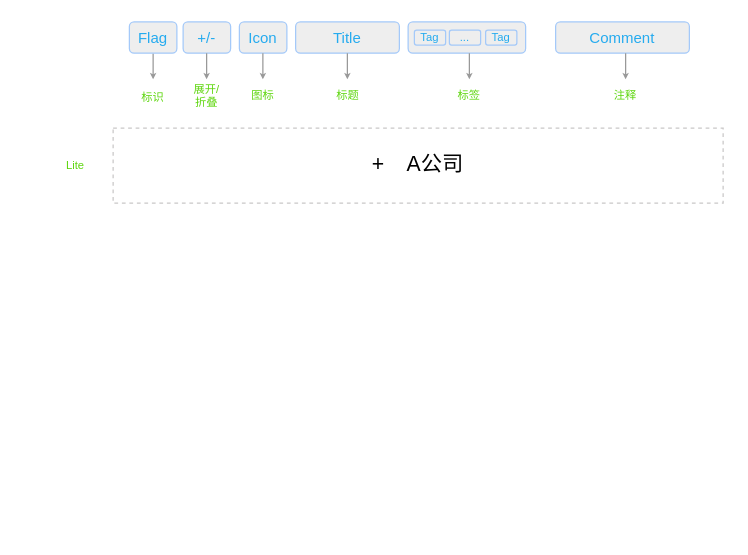
The draw.io diagram docs/node.drawio in zhangfisher/lite-tree, before the edit. Source tidied: cells renumbered, new cells numbered last; positions are measured from the earlier drawing's top-left corner, leaving out a move shared by most shapes. Both pictures are drawn from the tidied source at 125%, with x=0, y=0 at pixel (38, 21).
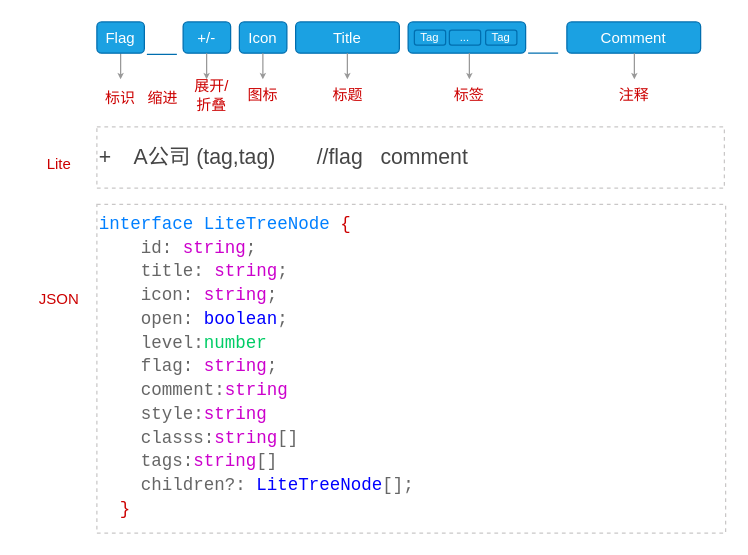
The same diagram, later.

What changed in the source:
```diff
@@
-    <mxCell id="2" style="rounded=1;whiteSpace=wrap;html=1;fillColor=#eeeeee;strokeColor=#a4c9f9;fontColor=#25abef;" parent="1" vertex="1">
+    <mxCell id="2" style="rounded=1;whiteSpace=wrap;html=1;fillColor=#1ba1e2;strokeColor=#006EAF;fontColor=#ffffff;" parent="1" vertex="1">
       <mxGeometry x="296" width="94" height="25" as="geometry" />
     </mxCell>
@@
-    <mxCell id="4" value="Flag" style="rounded=1;whiteSpace=wrap;html=1;fillColor=#eeeeee;strokeColor=#a4c9f9;fontColor=#25abef;" parent="1" vertex="1">
-      <mxGeometry x="73" width="38" height="25" as="geometry" />
+    <mxCell id="4" value="Flag" style="rounded=1;whiteSpace=wrap;html=1;fillColor=#1ba1e2;strokeColor=#006EAF;fontColor=#ffffff;" parent="1" vertex="1">
+      <mxGeometry x="47" width="38" height="25" as="geometry" />
     </mxCell>
-    <mxCell id="5" value="+/-" style="rounded=1;whiteSpace=wrap;html=1;fillColor=#eeeeee;strokeColor=#a4c9f9;fontColor=#25abef;" parent="1" vertex="1">
+    <mxCell id="5" value="+/-" style="rounded=1;whiteSpace=wrap;html=1;fillColor=#1ba1e2;strokeColor=#006EAF;fontColor=#ffffff;" parent="1" vertex="1">
       <mxGeometry x="116" width="38" height="25" as="geometry" />
     </mxCell>
-    <mxCell id="6" value="Icon" style="rounded=1;whiteSpace=wrap;html=1;fillColor=#eeeeee;strokeColor=#a4c9f9;fontColor=#25abef;" parent="1" vertex="1">
+    <mxCell id="6" value="Icon" style="rounded=1;whiteSpace=wrap;html=1;fillColor=#1ba1e2;strokeColor=#006EAF;fontColor=#ffffff;" parent="1" vertex="1">
       <mxGeometry x="161" width="38" height="25" as="geometry" />
     </mxCell>
-    <mxCell id="7" value="Title" style="rounded=1;whiteSpace=wrap;html=1;fillColor=#eeeeee;strokeColor=#a4c9f9;fontColor=#25abef;" parent="1" vertex="1">
+    <mxCell id="7" value="Title" style="rounded=1;whiteSpace=wrap;html=1;fillColor=#1ba1e2;strokeColor=#006EAF;fontColor=#ffffff;" parent="1" vertex="1">
       <mxGeometry x="206" width="83" height="25" as="geometry" />
     </mxCell>
-    <mxCell id="8" value="Tag" style="rounded=1;whiteSpace=wrap;html=1;fillColor=#eeeeee;strokeColor=#a4c9f9;fontColor=#25abef;fontSize=9;" parent="1" vertex="1">
+    <mxCell id="8" value="Tag" style="rounded=1;whiteSpace=wrap;html=1;fillColor=#1ba1e2;strokeColor=#006EAF;fontColor=#ffffff;fontSize=9;" parent="1" vertex="1">
       <mxGeometry x="301" y="6.5" width="25" height="12" as="geometry" />
     </mxCell>
-    <mxCell id="9" value="..." style="rounded=1;whiteSpace=wrap;html=1;fillColor=#eeeeee;strokeColor=#a4c9f9;fontColor=#25abef;fontSize=9;" parent="1" vertex="1">
+    <mxCell id="9" value="..." style="rounded=1;whiteSpace=wrap;html=1;fillColor=#1ba1e2;strokeColor=#006EAF;fontColor=#ffffff;fontSize=9;" parent="1" vertex="1">
       <mxGeometry x="329" y="6.5" width="25" height="12" as="geometry" />
     </mxCell>
-    <mxCell id="10" value="Tag" style="rounded=1;whiteSpace=wrap;html=1;fillColor=#eeeeee;strokeColor=#a4c9f9;fontColor=#25abef;fontSize=9;" parent="1" vertex="1">
+    <mxCell id="10" value="Tag" style="rounded=1;whiteSpace=wrap;html=1;fillColor=#1ba1e2;strokeColor=#006EAF;fontSize=9;fontColor=#ffffff;" parent="1" vertex="1">
       <mxGeometry x="358" y="6.5" width="25" height="12" as="geometry" />
     </mxCell>
-    <mxCell id="11" value="Comment" style="rounded=1;whiteSpace=wrap;html=1;fillColor=#eeeeee;strokeColor=#a4c9f9;fontColor=#25abef;" parent="1" vertex="1">
-      <mxGeometry x="414" width="107" height="25" as="geometry" />
+    <mxCell id="11" value="Comment" style="rounded=1;whiteSpace=wrap;html=1;fillColor=#1ba1e2;strokeColor=#006EAF;fontColor=#ffffff;" parent="1" vertex="1">
+      <mxGeometry x="423" width="107" height="25" as="geometry" />
     </mxCell>
-    <mxCell id="12" value="标识" style="text;html=1;strokeColor=none;fillColor=none;align=center;verticalAlign=middle;whiteSpace=wrap;rounded=0;fontSize=9;fontColor=#5ED60E;" parent="1" vertex="1">
-      <mxGeometry x="79" y="46" width="26" height="30" as="geometry" />
+    <mxCell id="12" value="标识" style="text;html=1;strokeColor=none;fillColor=none;align=center;verticalAlign=middle;whiteSpace=wrap;rounded=0;fontSize=12;fontColor=#CC0000;" parent="1" vertex="1">
+      <mxGeometry x="53" y="46" width="26" height="30" as="geometry" />
     </mxCell>
-    <mxCell id="13" value="展开/折叠" style="text;html=1;strokeColor=none;fillColor=none;align=center;verticalAlign=middle;whiteSpace=wrap;rounded=0;fontSize=9;fontColor=#5ED60E;horizontal=1;" parent="1" vertex="1">
-      <mxGeometry x="122" y="44" width="26" height="30" as="geometry" />
+    <mxCell id="13" value="展开/折叠" style="text;html=1;strokeColor=none;fillColor=none;align=center;verticalAlign=middle;whiteSpace=wrap;rounded=0;fontSize=12;fontColor=#CC0000;horizontal=1;" parent="1" vertex="1">
+      <mxGeometry x="122" y="44" width="34" height="30" as="geometry" />
     </mxCell>
-    <mxCell id="14" value="图标" style="text;html=1;strokeColor=none;fillColor=none;align=center;verticalAlign=middle;whiteSpace=wrap;rounded=0;fontSize=9;fontColor=#5ED60E;horizontal=1;" parent="1" vertex="1">
+    <mxCell id="14" value="图标" style="text;html=1;strokeColor=none;fillColor=none;align=center;verticalAlign=middle;whiteSpace=wrap;rounded=0;fontSize=12;fontColor=#CC0000;horizontal=1;" parent="1" vertex="1">
       <mxGeometry x="167" y="44" width="26" height="30" as="geometry" />
     </mxCell>
-    <mxCell id="15" value="标题" style="text;html=1;strokeColor=none;fillColor=none;align=center;verticalAlign=middle;whiteSpace=wrap;rounded=0;fontSize=9;fontColor=#5ED60E;horizontal=1;" parent="1" vertex="1">
+    <mxCell id="15" value="标题" style="text;html=1;strokeColor=none;fillColor=none;align=center;verticalAlign=middle;whiteSpace=wrap;rounded=0;fontSize=12;fontColor=#CC0000;horizontal=1;" parent="1" vertex="1">
       <mxGeometry x="235" y="44" width="26" height="30" as="geometry" />
     </mxCell>
-    <mxCell id="16" value="标签" style="text;html=1;strokeColor=none;fillColor=none;align=center;verticalAlign=middle;whiteSpace=wrap;rounded=0;fontSize=9;fontColor=#5ED60E;horizontal=1;" parent="1" vertex="1">
+    <mxCell id="16" value="标签" style="text;html=1;strokeColor=none;fillColor=none;align=center;verticalAlign=middle;whiteSpace=wrap;rounded=0;fontSize=12;fontColor=#CC0000;horizontal=1;" parent="1" vertex="1">
       <mxGeometry x="332" y="44" width="26" height="30" as="geometry" />
     </mxCell>
-    <mxCell id="17" value="注释" style="text;html=1;strokeColor=none;fillColor=none;align=center;verticalAlign=middle;whiteSpace=wrap;rounded=0;fontSize=9;fontColor=#5ED60E;horizontal=1;" parent="1" vertex="1">
-      <mxGeometry x="457" y="44" width="26" height="30" as="geometry" />
+    <mxCell id="17" value="注释" style="text;html=1;strokeColor=none;fillColor=none;align=center;verticalAlign=middle;whiteSpace=wrap;rounded=0;fontSize=12;fontColor=#CC0000;horizontal=1;" parent="1" vertex="1">
+      <mxGeometry x="463.5" y="44" width="26" height="30" as="geometry" />
     </mxCell>
@@
     <mxCell id="22" style="edgeStyle=none;html=1;exitX=0.5;exitY=1;exitDx=0;exitDy=0;entryX=0.5;entryY=0;entryDx=0;entryDy=0;fontSize=9;fontColor=#5ED60E;endSize=2;startSize=2;fillColor=#60a917;strokeColor=#999999;jumpSize=3;" parent="1" edge="1">
       <mxGeometry relative="1" as="geometry">
-        <mxPoint x="470" y="25" as="sourcePoint" />
-        <mxPoint x="470" y="46" as="targetPoint" />
+        <mxPoint x="477" y="25" as="sourcePoint" />
+        <mxPoint x="477" y="46" as="targetPoint" />
       </mxGeometry>
     </mxCell>
-    <mxCell id="23" value="Lite" style="text;html=1;strokeColor=none;fillColor=none;align=center;verticalAlign=middle;whiteSpace=wrap;rounded=0;fontSize=9;fontColor=#5ED60E;" parent="1" vertex="1">
-      <mxGeometry y="100" width="60" height="30" as="geometry" />
+    <mxCell id="23" value="Lite" style="text;html=1;strokeColor=none;fillColor=none;align=center;verticalAlign=middle;whiteSpace=wrap;rounded=0;fontSize=12;fontColor=#CC0000;" parent="1" vertex="1">
+      <mxGeometry x="-13" y="99" width="60" height="30" as="geometry" />
     </mxCell>
-    <mxCell id="24" value="+&amp;nbsp; &amp;nbsp; A公司" style="rounded=0;whiteSpace=wrap;html=1;fontSize=17;fillColor=none;strokeColor=#C9C7C7;dashed=1;" parent="1" vertex="1">
-      <mxGeometry x="60" y="85" width="488" height="60" as="geometry" />
+    <mxCell id="24" value="&lt;font color=&quot;#454545&quot;&gt;+&amp;nbsp; &amp;nbsp; A公司 (tag,tag)&amp;nbsp; &amp;nbsp; &amp;nbsp; &amp;nbsp;//flag&amp;nbsp; &amp;nbsp;comment&lt;/font&gt;" style="rounded=0;whiteSpace=wrap;html=1;fontSize=17;fillColor=none;strokeColor=#C9C7C7;dashed=1;align=left;" parent="1" vertex="1">
+      <mxGeometry x="47" y="84" width="502" height="49" as="geometry" />
     </mxCell>
+    <mxCell id="25" value="JSON" style="text;html=1;strokeColor=none;fillColor=none;align=center;verticalAlign=middle;whiteSpace=wrap;rounded=0;fontSize=12;fontColor=#CC0000;" parent="1" vertex="1">
+      <mxGeometry x="-13" y="207" width="60" height="30" as="geometry" />
+    </mxCell>
+    <mxCell id="26" value="&lt;div style=&quot;font-family: Consolas, &amp;quot;Courier New&amp;quot;, monospace; font-size: 14px; line-height: 19px;&quot;&gt;&lt;div style=&quot;&quot;&gt;&lt;font color=&quot;#007fff&quot;&gt;&lt;span style=&quot;&quot;&gt;interface&lt;/span&gt;&amp;nbsp;&lt;span style=&quot;&quot;&gt;LiteTreeNode&lt;/span&gt;&lt;/font&gt;&amp;nbsp;&lt;font color=&quot;#cc0000&quot;&gt;{&lt;/font&gt;&lt;/div&gt;&lt;div style=&quot;&quot;&gt;&amp;nbsp; &amp;nbsp;&amp;nbsp;&lt;span style=&quot;&quot;&gt;id&lt;/span&gt;&lt;span style=&quot;&quot;&gt;:&lt;/span&gt;&amp;nbsp;&lt;span style=&quot;&quot;&gt;&lt;font color=&quot;#cc00cc&quot;&gt;string&lt;/font&gt;&lt;/span&gt;;&lt;/div&gt;&lt;div style=&quot;&quot;&gt;&amp;nbsp; &amp;nbsp;&amp;nbsp;&lt;span style=&quot;&quot;&gt;title&lt;/span&gt;&lt;span style=&quot;&quot;&gt;:&lt;/span&gt;&amp;nbsp;&lt;span style=&quot;&quot;&gt;&lt;font color=&quot;#cc00cc&quot;&gt;string&lt;/font&gt;&lt;/span&gt;;&lt;/div&gt;&lt;div style=&quot;&quot;&gt;&amp;nbsp; &amp;nbsp;&amp;nbsp;&lt;span style=&quot;&quot;&gt;icon&lt;/span&gt;&lt;span style=&quot;&quot;&gt;:&lt;/span&gt;&amp;nbsp;&lt;span style=&quot;&quot;&gt;&lt;font color=&quot;#cc00cc&quot;&gt;string&lt;/font&gt;&lt;/span&gt;;&lt;/div&gt;&lt;div style=&quot;&quot;&gt;&amp;nbsp; &amp;nbsp;&amp;nbsp;&lt;span style=&quot;&quot;&gt;open&lt;/span&gt;&lt;span style=&quot;&quot;&gt;:&lt;/span&gt;&amp;nbsp;&lt;span style=&quot;&quot;&gt;&lt;font color=&quot;#0000ff&quot;&gt;boolean&lt;/font&gt;&lt;/span&gt;; &amp;nbsp; &amp;nbsp;&lt;/div&gt;&lt;div style=&quot;&quot;&gt;&amp;nbsp; &amp;nbsp;&amp;nbsp;&lt;span style=&quot;&quot;&gt;level&lt;/span&gt;&lt;span style=&quot;&quot;&gt;:&lt;/span&gt;&lt;span style=&quot;&quot;&gt;&lt;font color=&quot;#00cc66&quot;&gt;number&lt;/font&gt;&lt;/span&gt;&lt;/div&gt;&lt;div style=&quot;&quot;&gt;&amp;nbsp; &amp;nbsp;&amp;nbsp;&lt;span style=&quot;&quot;&gt;flag&lt;/span&gt;&lt;span style=&quot;&quot;&gt;:&lt;/span&gt;&amp;nbsp;&lt;span style=&quot;&quot;&gt;&lt;font color=&quot;#cc00cc&quot;&gt;string&lt;/font&gt;&lt;/span&gt;;&lt;/div&gt;&lt;div style=&quot;&quot;&gt;&amp;nbsp; &amp;nbsp;&amp;nbsp;&lt;span style=&quot;&quot;&gt;comment&lt;/span&gt;&lt;span style=&quot;&quot;&gt;:&lt;/span&gt;&lt;span style=&quot;&quot;&gt;&lt;font color=&quot;#cc00cc&quot;&gt;string&lt;/font&gt;&lt;/span&gt;&lt;/div&gt;&lt;div style=&quot;&quot;&gt;&amp;nbsp; &amp;nbsp;&amp;nbsp;&lt;span style=&quot;&quot;&gt;style&lt;/span&gt;&lt;span style=&quot;&quot;&gt;:&lt;/span&gt;&lt;span style=&quot;&quot;&gt;&lt;font color=&quot;#cc00cc&quot;&gt;string&lt;/font&gt;&lt;/span&gt;&lt;/div&gt;&lt;div style=&quot;&quot;&gt;&amp;nbsp; &amp;nbsp;&amp;nbsp;&lt;span style=&quot;&quot;&gt;classs&lt;/span&gt;&lt;span style=&quot;&quot;&gt;:&lt;/span&gt;&lt;span style=&quot;&quot;&gt;&lt;font color=&quot;#cc00cc&quot;&gt;string&lt;/font&gt;&lt;/span&gt;[]&lt;/div&gt;&lt;div style=&quot;&quot;&gt;&amp;nbsp; &amp;nbsp;&amp;nbsp;&lt;span style=&quot;&quot;&gt;tags&lt;/span&gt;&lt;span style=&quot;&quot;&gt;:&lt;/span&gt;&lt;span style=&quot;&quot;&gt;&lt;font color=&quot;#cc00cc&quot;&gt;string&lt;/font&gt;&lt;/span&gt;[]&lt;/div&gt;&lt;div style=&quot;&quot;&gt;&amp;nbsp; &amp;nbsp;&amp;nbsp;&lt;span style=&quot;&quot;&gt;children&lt;/span&gt;&lt;span style=&quot;&quot;&gt;?:&lt;/span&gt;&amp;nbsp;&lt;span style=&quot;&quot;&gt;&lt;font color=&quot;#0000ff&quot;&gt;LiteTreeNode&lt;/font&gt;&lt;/span&gt;[];&lt;/div&gt;&lt;div style=&quot;&quot;&gt;&lt;font color=&quot;#cc0000&quot;&gt;&amp;nbsp; }&lt;/font&gt;&lt;/div&gt;&lt;/div&gt;" style="rounded=0;whiteSpace=wrap;html=1;fontSize=17;fillColor=none;strokeColor=#C9C7C7;dashed=1;align=left;verticalAlign=top;fontColor=#666666;" parent="1" vertex="1">
+      <mxGeometry x="47" y="146" width="503" height="263" as="geometry" />
+    </mxCell>
+    <mxCell id="27" value="缩进" style="text;html=1;strokeColor=none;fillColor=none;align=center;verticalAlign=middle;whiteSpace=wrap;rounded=0;fontSize=12;fontColor=#CC0000;horizontal=1;" parent="1" vertex="1">
+      <mxGeometry x="87" y="46" width="26" height="30" as="geometry" />
+    </mxCell>
+    <mxCell id="28" style="endArrow=none;html=1;fontColor=#454545;fillColor=#1ba1e2;strokeColor=#006EAF;" parent="1" edge="1">
+      <mxGeometry relative="1" as="geometry">
+        <mxPoint x="87" y="26" as="sourcePoint" />
+        <mxPoint x="111" y="26" as="targetPoint" />
+      </mxGeometry>
+    </mxCell>
+    <mxCell id="29" style="endArrow=none;html=1;fontColor=#454545;fillColor=#1ba1e2;strokeColor=#006EAF;" parent="1" edge="1">
+      <mxGeometry relative="1" as="geometry">
+        <mxPoint x="392" y="25" as="sourcePoint" />
+        <mxPoint x="416" y="25" as="targetPoint" />
+      </mxGeometry>
+    </mxCell>
```
